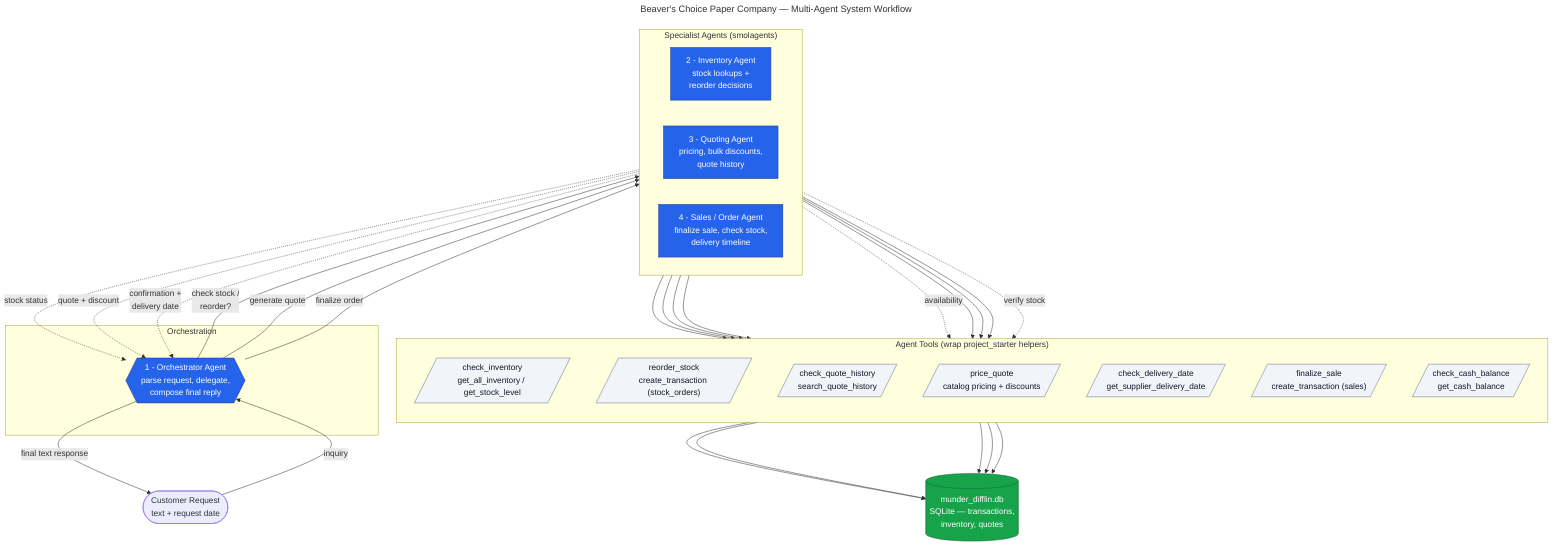
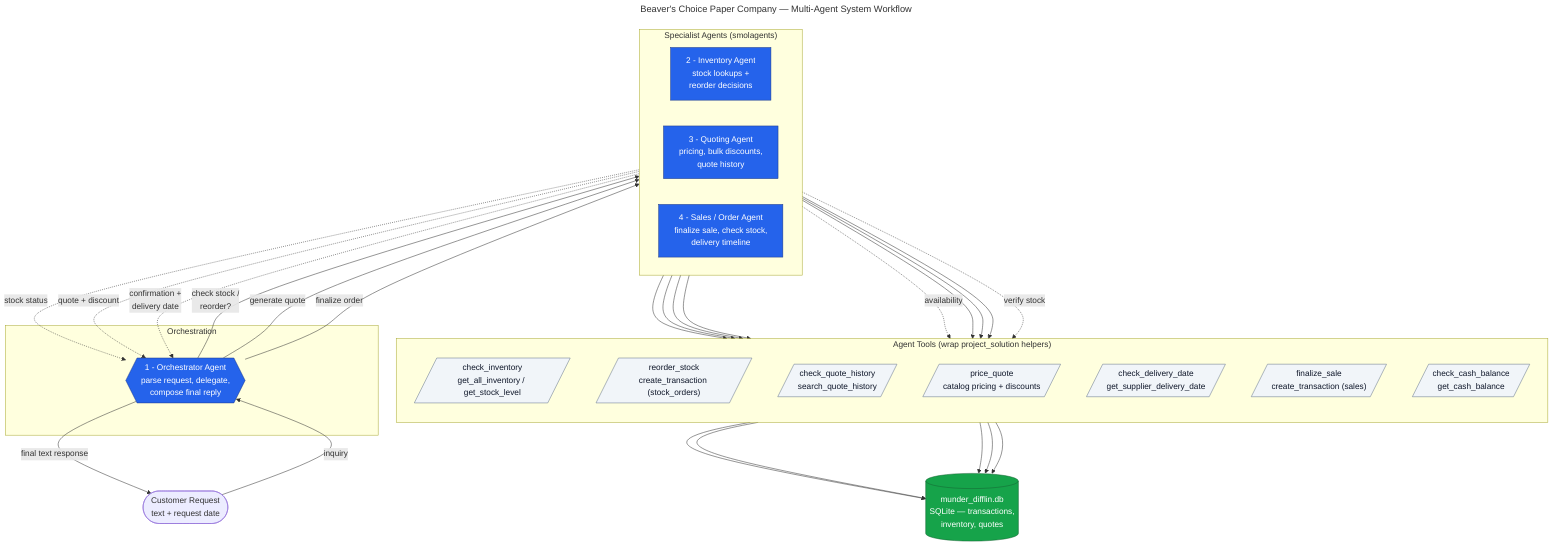
---
title: Beaver's Choice Paper Company — Multi-Agent System Workflow
---
flowchart TD
    Customer([Customer Request<br/>text + request date])

    subgraph Orch["Orchestration"]
        Orchestrator{{"1 - Orchestrator Agent<br/>parse request, delegate,<br/>compose final reply"}}
    end

    subgraph Agents["Specialist Agents (smolagents)"]
        direction LR
        Inventory["2 - Inventory Agent<br/>stock lookups +<br/>reorder decisions"]
        Quoting["3 - Quoting Agent<br/>pricing, bulk discounts,<br/>quote history"]
        Sales["4 - Sales / Order Agent<br/>finalize sale, check stock,<br/>delivery timeline"]
    end

-     subgraph Tools["Agent Tools (wrap project_starter helpers)"]
+     subgraph Tools["Agent Tools (wrap project_solution helpers)"]
        direction TB
        T1[/"check_inventory<br/>get_all_inventory / get_stock_level"/]
        T2[/"reorder_stock<br/>create_transaction (stock_orders)"/]
        T3[/"check_quote_history<br/>search_quote_history"/]
        T4[/"price_quote<br/>catalog pricing + discounts"/]
        T5[/"check_delivery_date<br/>get_supplier_delivery_date"/]
        T6[/"finalize_sale<br/>create_transaction (sales)"/]
        T7[/"check_cash_balance<br/>get_cash_balance"/]
    end

    DB[("munder_difflin.db<br/>SQLite — transactions,<br/>inventory, quotes")]

    %% Customer flow
    Customer -->|inquiry| Orchestrator

    %% Delegation
    Orchestrator -->|"check stock /<br/>reorder?"| Inventory
    Orchestrator -->|"generate quote"| Quoting
    Orchestrator -->|"finalize order"| Sales

    %% Inventory tools
    Inventory --> T1
    Inventory --> T2

    %% Quoting tools
    Quoting --> T3
    Quoting --> T4
    Quoting -.->|availability| T1

    %% Sales tools
    Sales --> T6
    Sales --> T5
    Sales --> T7
    Sales -.->|verify stock| T1

    %% Tools to DB
    T1 --> DB
    T2 --> DB
    T3 --> DB
    T6 --> DB
    T7 --> DB

    %% Responses back up
    Inventory -.->|stock status| Orchestrator
    Quoting -.->|quote + discount| Orchestrator
    Sales -.->|confirmation +<br/>delivery date| Orchestrator
    Orchestrator -->|"final text response"| Customer

    classDef agent fill:#2563eb,stroke:#1e3a8a,color:#fff;
    classDef tool fill:#f1f5f9,stroke:#64748b,color:#0f172a;
    classDef db fill:#16a34a,stroke:#166534,color:#fff;
    class Orchestrator,Inventory,Quoting,Sales agent;
    class T1,T2,T3,T4,T5,T6,T7 tool;
    class DB db;
